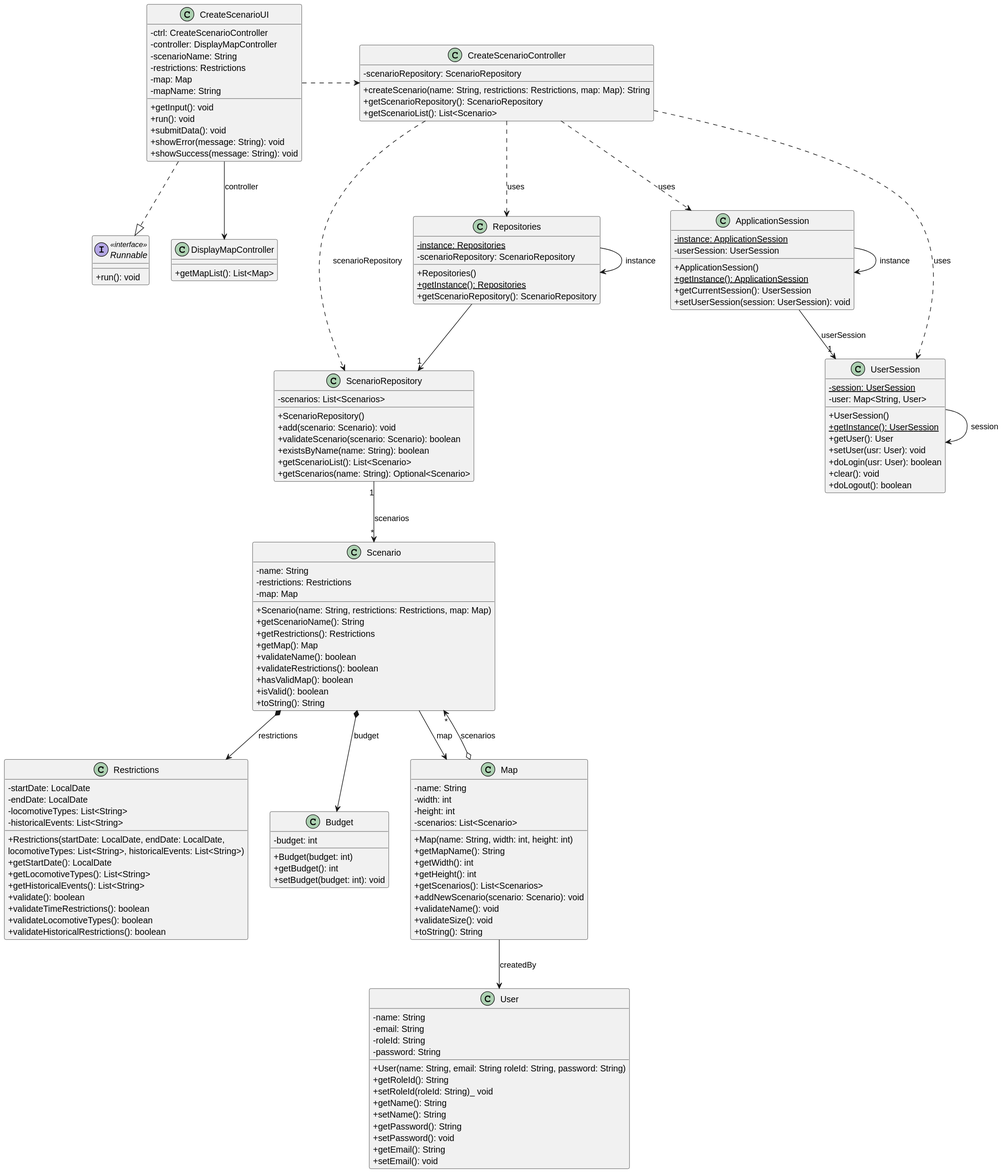
Before: docs/sprint3/us004/03.design/svg/us004-class-diagram.svg, a diagram exported from PlantUML (ivasduarte/all-aboard). The source it was exported from:
```plantuml
@startuml
skinparam classAttributeIconSize 0

class Scenario {
    -name: String
    -restrictions: Restrictions
    -map: Map
    +Scenario(name: String, restrictions: Restrictions, map: Map)
    +getScenarioName(): String
    +getRestrictions(): Restrictions
    +getMap(): Map
    +validateName(): boolean
    +validateRestrictions(): boolean
    +hasValidMap(): boolean
    +isValid(): boolean
    +toString(): String
}

class Restrictions{
    -startDate: LocalDate
    -endDate: LocalDate
    -locomotiveTypes: List<String>
    -historicalEvents: List<String>
    +Restrictions(startDate: LocalDate, endDate: LocalDate,\nlocomotiveTypes: List<String>, historicalEvents: List<String>)
    +getStartDate(): LocalDate
    +getLocomotiveTypes(): List<String>
    +getHistoricalEvents(): List<String>
    +validate(): boolean
    +validateTimeRestrictions(): boolean
    +validateLocomotiveTypes(): boolean
    +validateHistoricalRestrictions(): boolean
}

class Budget {
    -budget: int
    +Budget(budget: int)
    +getBudget(): int
    +setBudget(budget: int): void
}

interface Runnable <<interface>>{
    +run(): void
}

class CreateScenarioUI {
    -ctrl: CreateScenarioController
    -controller: DisplayMapController
    -scenarioName: String
    -restrictions: Restrictions
    -map: Map
    -mapName: String
    +getInput(): void
    +run(): void
    +submitData(): void
    +showError(message: String): void
    +showSuccess(message: String): void
}

class CreateScenarioController {
    -scenarioRepository: ScenarioRepository
    +createScenario(name: String, restrictions: Restrictions, map: Map): String
    +getScenarioRepository(): ScenarioRepository
    +getScenarioList(): List<Scenario>
}

class ScenarioRepository {
    -scenarios: List<Scenarios>
    +ScenarioRepository()
    +add(scenario: Scenario): void
    +validateScenario(scenario: Scenario): boolean
    +existsByName(name: String): boolean
    +getScenarioList(): List<Scenario>
    +getScenarios(name: String): Optional<Scenario>
}

class User {
    -name: String
    -email: String
    -roleId: String
    -password: String
    +User(name: String, email: String roleId: String, password: String)
    +getRoleId(): String
    +setRoleId(roleId: String)_ void
    +getName(): String
    +setName(): String
    +getPassword(): String
    +setPassword(): void
    +getEmail(): String
    +setEmail(): void
}


class Map {
    -name: String
    -width: int
    -height: int
    -scenarios: List<Scenario>
    +Map(name: String, width: int, height: int)
    +getMapName(): String
    +getWidth(): int
    +getHeight(): int
    +getScenarios(): List<Scenarios>
    +addNewScenario(scenario: Scenario): void
    +validateName(): void
    +validateSize(): void
    +toString(): String
}

class Repositories {
    -instance: Repositories{static}
    -scenarioRepository: ScenarioRepository
    +Repositories()
    +getInstance(): Repositories{static}
    +getScenarioRepository(): ScenarioRepository
}

class ApplicationSession {
    -instance: ApplicationSession{static}
    -userSession: UserSession
    +ApplicationSession()
    +getInstance(): ApplicationSession{static}
    +getCurrentSession(): UserSession
    +setUserSession(session: UserSession): void
}

class UserSession {
    -session: UserSession{static}
    -user: Map<String, User>
    +UserSession()
    +getInstance(): UserSession{static}
    +getUser(): User
    +setUser(usr: User): void
    +doLogin(usr: User): boolean
    +clear(): void
    +doLogout(): boolean
}

class DisplayMapController {
    +getMapList(): List<Map>
}

Repositories --> Repositories : instance
ApplicationSession --> ApplicationSession : instance
UserSession --> UserSession : session

CreateScenarioUI ..|> Runnable

CreateScenarioUI .> CreateScenarioController
CreateScenarioUI --> DisplayMapController : controller

CreateScenarioController ..> ScenarioRepository : scenarioRepository
Repositories --> "1" ScenarioRepository

ApplicationSession --> "1" UserSession : userSession
CreateScenarioController ..> Repositories : uses
CreateScenarioController ..> ApplicationSession : uses
CreateScenarioController ..> UserSession : uses

Scenario *--> Restrictions : restrictions
Scenario *--> Budget : budget
Scenario --> Map : map
Map o--> "*" Scenario : scenarios
ScenarioRepository "1" --> "*" Scenario : scenarios
Map --> User : createdBy
@enduml
```
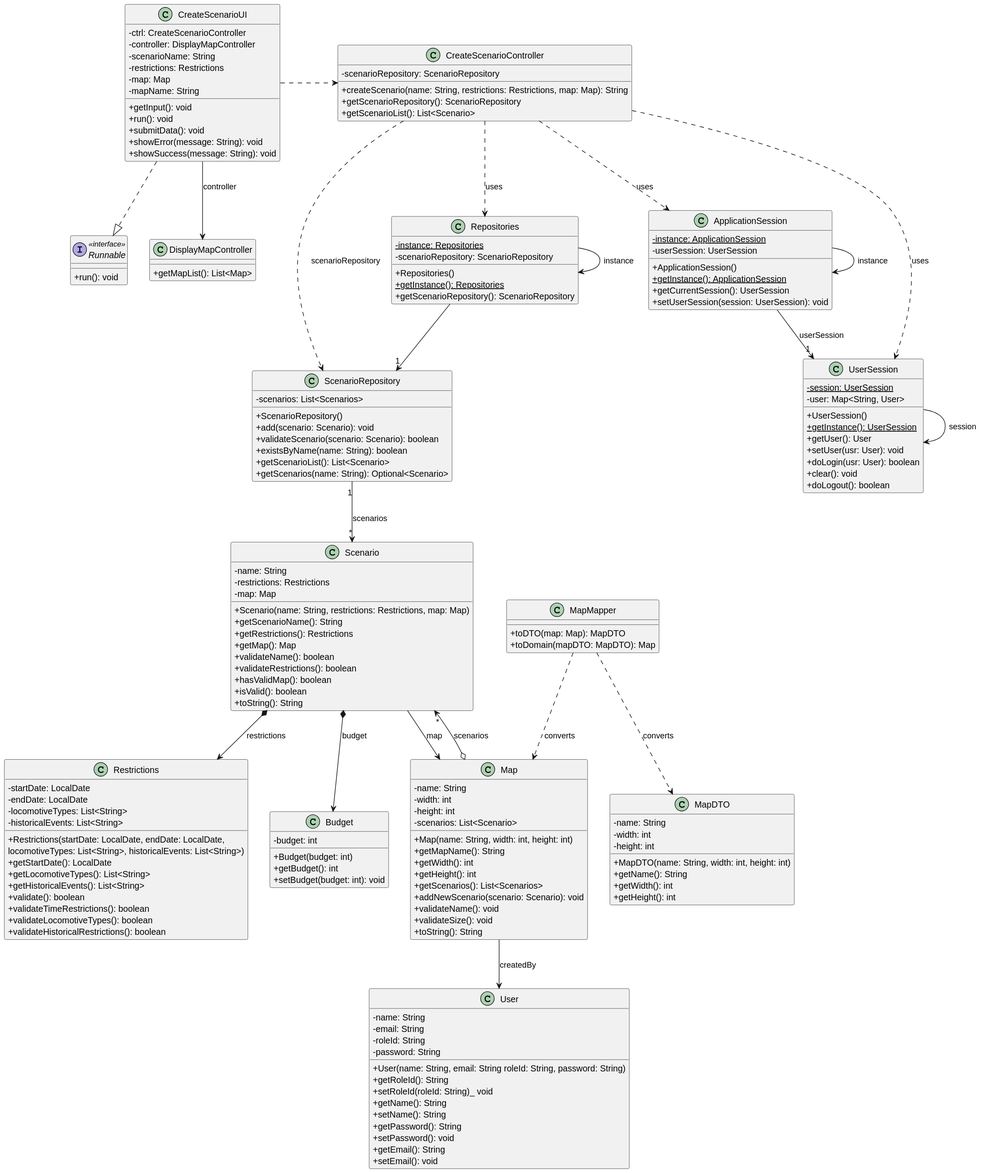
After the commit.

Change to the diagram source:
```diff
@@ -139,6 +139,21 @@
     +getMapList(): List<Map>
 }
 
+class MapDTO {
+    -name: String
+    -width: int
+    -height: int
+    +MapDTO(name: String, width: int, height: int)
+    +getName(): String
+    +getWidth(): int
+    +getHeight(): int
+}
+
+class MapMapper {
+    +toDTO(map: Map): MapDTO
+    +toDomain(mapDTO: MapDTO): Map
+}
+
 Repositories --> Repositories : instance
 ApplicationSession --> ApplicationSession : instance
 UserSession --> UserSession : session
@@ -162,4 +177,7 @@
 Map o--> "*" Scenario : scenarios
 ScenarioRepository "1" --> "*" Scenario : scenarios
 Map --> User : createdBy
+
+MapMapper ..> Map : converts
+MapMapper ..> MapDTO : converts
 @enduml
```
